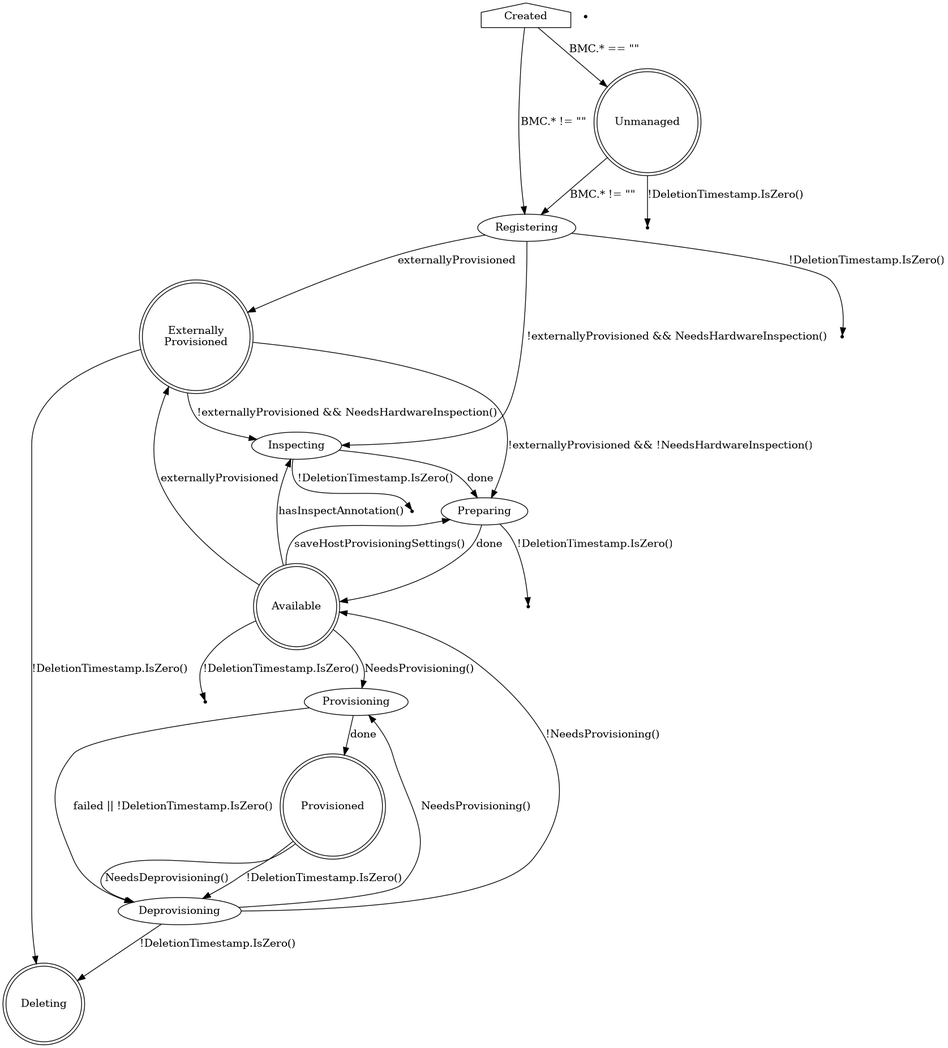
metal3-io/baremetal-operator keeps this Graphviz diagram as docs/BaremetalHost_ProvisioningState.png. Above is the earlier version. Its source is kept beside it as docs/BaremetalHost_ProvisioningState.dot.
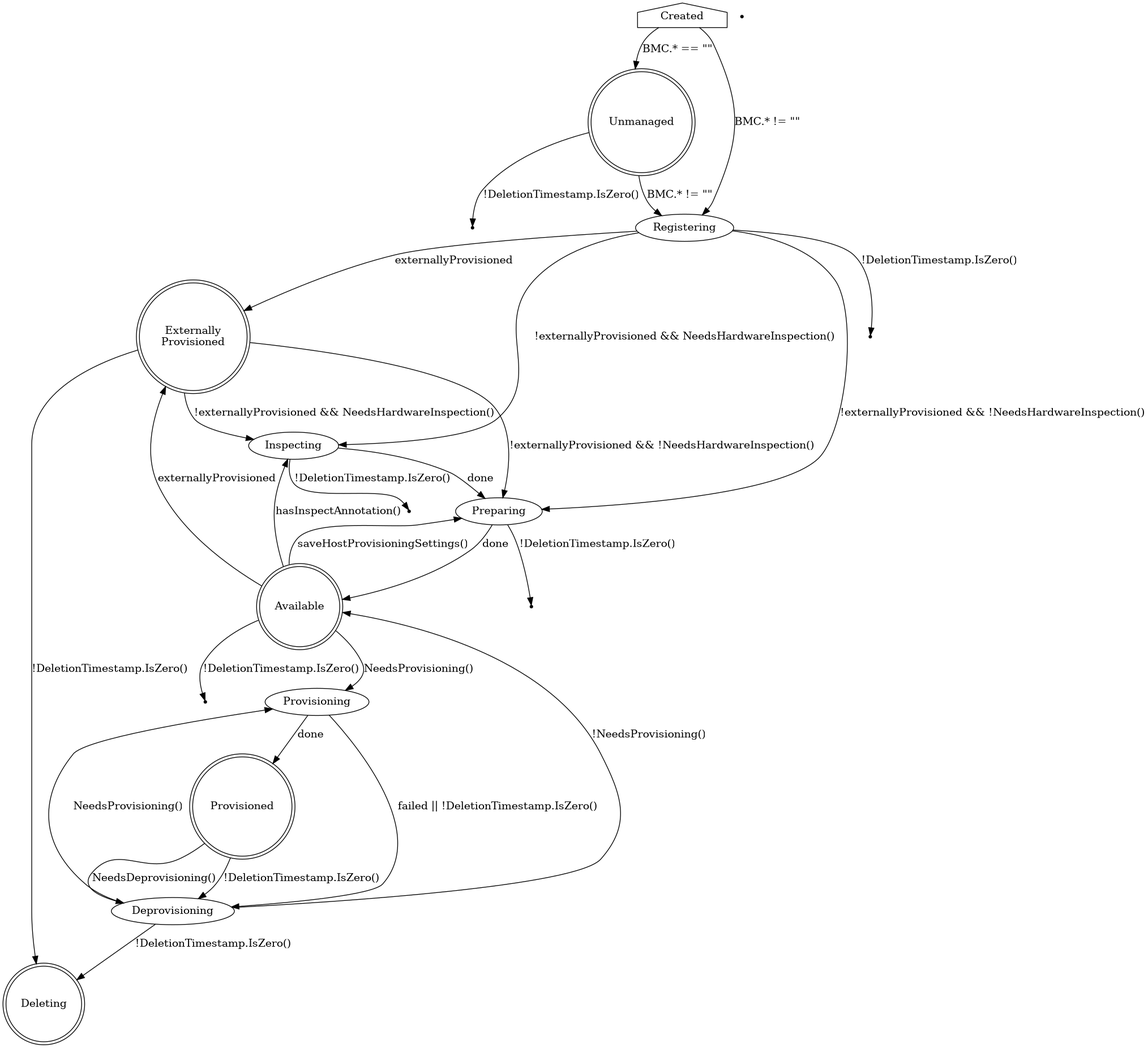
The same diagram one commit later.

Commit message:
Skip the inspecting state when inspection is disabled

What changed in the source:
```diff
@@ -12,6 +12,7 @@
     ExternallyProvisioned [label="Externally\nProvisioned"]
 
     Registering -> Inspecting [label="!externallyProvisioned && NeedsHardwareInspection()"]
+    Registering -> Preparing [label="!externallyProvisioned && !NeedsHardwareInspection()"]
     Registering -> ExternallyProvisioned [label="externallyProvisioned"]
     Registering -> Deleting2 [label="!DeletionTimestamp.IsZero()"]
 
```
